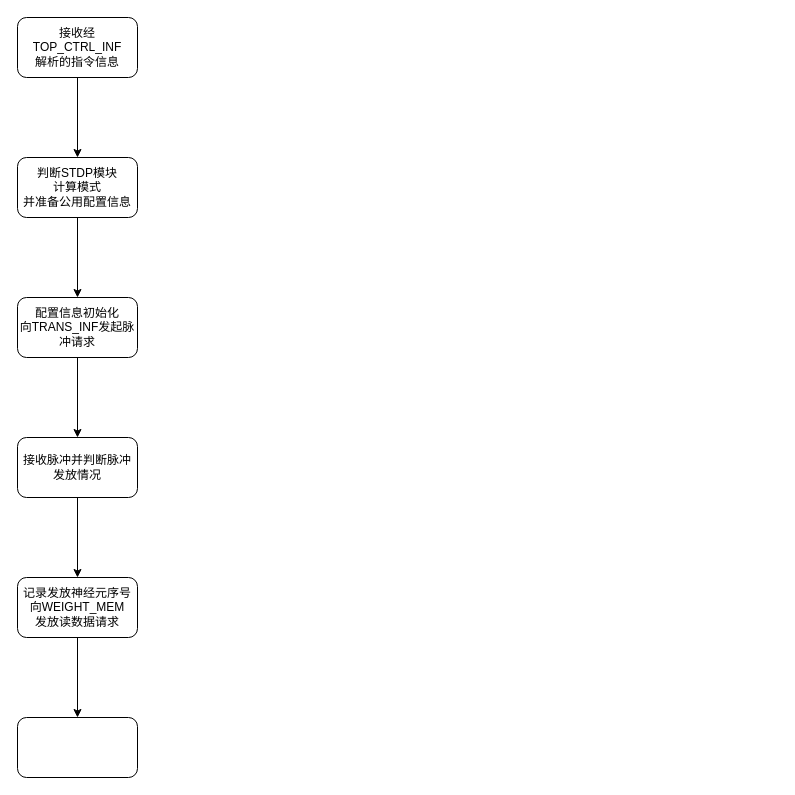
Above: snn_ctrl.drawio in AQii77/drawio_SAVE (draw.io), before the change. Source tidied: cells renumbered, new cells numbered last; positions are measured from the earlier drawing's top-left corner, leaving out a move shared by most shapes. Both pictures are drawn from the tidied source at 100%, with x=0, y=0 at pixel (17, 17).
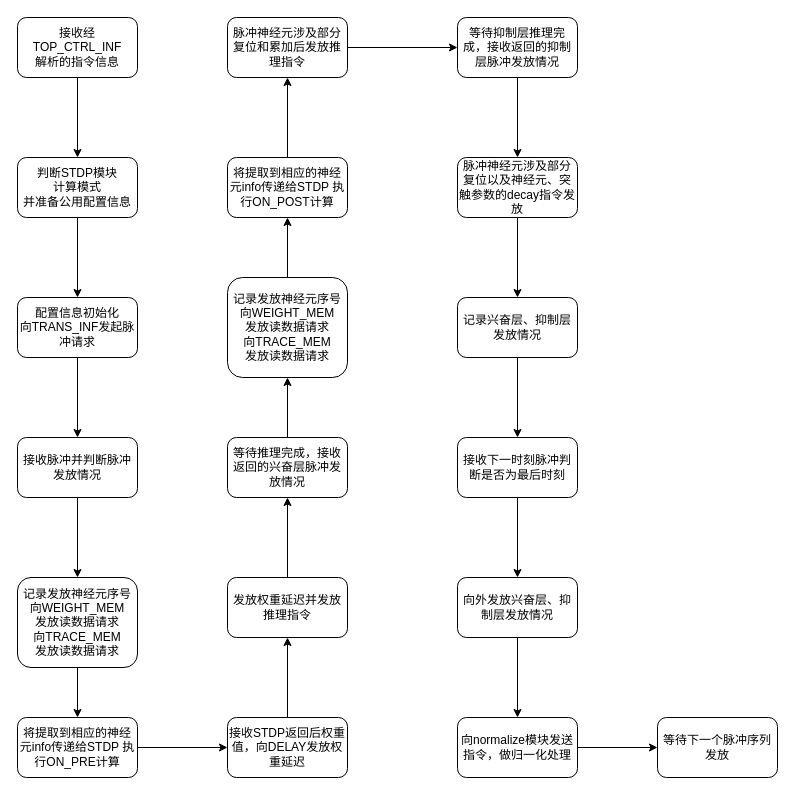
The same page after the edit.

What changed in the source:
```diff
@@
-    <mxCell id="11" value="记录发放神经元序号&lt;br&gt;向WEIGHT_MEM&lt;br&gt;发放读数据请求" style="whiteSpace=wrap;html=1;fillColor=none;rounded=1;" parent="1" vertex="1">
-      <mxGeometry y="560" width="120" height="60" as="geometry" />
+    <mxCell id="11" value="记录发放神经元序号&lt;br&gt;向WEIGHT_MEM&lt;br&gt;发放读数据请求&lt;br&gt;向TRACE_MEM&lt;br&gt;发放读数据请求" style="whiteSpace=wrap;html=1;fillColor=none;rounded=1;" parent="1" vertex="1">
+      <mxGeometry y="560" width="120" height="90" as="geometry" />
     </mxCell>
+    <mxCell id="13" style="edgeStyle=orthogonalEdgeStyle;rounded=0;jettySize=auto;html=1;" parent="1" edge="1" source="12" target="15">
+      <mxGeometry relative="1" as="geometry" />
+    </mxCell>
-    <mxCell id="12" style="whiteSpace=wrap;html=1;fillColor=none;rounded=1;" parent="1" vertex="1">
+    <mxCell id="12" value="将提取到相应的神经元info传递给STDP 执行ON_PRE计算" style="whiteSpace=wrap;html=1;fillColor=none;rounded=1;" parent="1" vertex="1">
       <mxGeometry y="700" width="120" height="60" as="geometry" />
     </mxCell>
+    <mxCell id="14" style="edgeStyle=orthogonalEdgeStyle;rounded=0;jettySize=auto;html=1;" parent="1" edge="1" source="15" target="17">
+      <mxGeometry relative="1" as="geometry" />
+    </mxCell>
+    <mxCell id="15" value="接收STDP返回后权重值，向DELAY发放权重延迟" style="whiteSpace=wrap;html=1;fillColor=none;rounded=1;" parent="1" vertex="1">
+      <mxGeometry x="210" y="700" width="120" height="60" as="geometry" />
+    </mxCell>
+    <mxCell id="16" style="edgeStyle=orthogonalEdgeStyle;rounded=0;jettySize=auto;html=1;" parent="1" edge="1" source="17" target="19">
+      <mxGeometry relative="1" as="geometry" />
+    </mxCell>
+    <mxCell id="17" value="发放权重延迟并发放推理指令" style="whiteSpace=wrap;html=1;fillColor=none;rounded=1;" parent="1" vertex="1">
+      <mxGeometry x="210" y="560" width="120" height="60" as="geometry" />
+    </mxCell>
+    <mxCell id="18" style="edgeStyle=orthogonalEdgeStyle;rounded=0;jettySize=auto;html=1;" parent="1" edge="1" source="19" target="21">
+      <mxGeometry relative="1" as="geometry" />
+    </mxCell>
+    <mxCell id="19" value="等待推理完成，接收返回的兴奋层脉冲发放情况" style="whiteSpace=wrap;html=1;fillColor=none;rounded=1;" parent="1" vertex="1">
+      <mxGeometry x="210" y="420" width="120" height="60" as="geometry" />
+    </mxCell>
+    <mxCell id="20" style="edgeStyle=orthogonalEdgeStyle;rounded=0;jettySize=auto;html=1;" parent="1" edge="1" source="21" target="23">
+      <mxGeometry relative="1" as="geometry" />
+    </mxCell>
+    <mxCell id="21" value="记录发放神经元序号&lt;br style=&quot;border-color: var(--border-color);&quot;&gt;向WEIGHT_MEM&lt;br style=&quot;border-color: var(--border-color);&quot;&gt;发放读数据请求&lt;br style=&quot;border-color: var(--border-color);&quot;&gt;向TRACE_MEM&lt;br style=&quot;border-color: var(--border-color);&quot;&gt;发放读数据请求" style="whiteSpace=wrap;html=1;fillColor=none;rounded=1;" parent="1" vertex="1">
+      <mxGeometry x="210" y="260" width="120" height="100" as="geometry" />
+    </mxCell>
+    <mxCell id="22" style="edgeStyle=orthogonalEdgeStyle;rounded=0;jettySize=auto;html=1;" parent="1" edge="1" source="23" target="25">
+      <mxGeometry relative="1" as="geometry" />
+    </mxCell>
+    <mxCell id="23" value="将提取到相应的神经元info传递给STDP 执行ON_POST计算" style="whiteSpace=wrap;html=1;fillColor=none;rounded=1;" parent="1" vertex="1">
+      <mxGeometry x="210" y="140" width="120" height="60" as="geometry" />
+    </mxCell>
+    <mxCell id="24" style="edgeStyle=orthogonalEdgeStyle;rounded=0;jettySize=auto;html=1;" parent="1" edge="1" source="25" target="27">
+      <mxGeometry relative="1" as="geometry" />
+    </mxCell>
+    <mxCell id="25" value="脉冲神经元涉及部分复位和累加后发放推理指令" style="whiteSpace=wrap;html=1;fillColor=none;rounded=1;" parent="1" vertex="1">
+      <mxGeometry x="210" width="120" height="60" as="geometry" />
+    </mxCell>
+    <mxCell id="26" style="edgeStyle=orthogonalEdgeStyle;rounded=0;jettySize=auto;html=1;" parent="1" edge="1" source="27" target="29">
+      <mxGeometry relative="1" as="geometry" />
+    </mxCell>
+    <mxCell id="27" value="等待抑制层推理完成，接收返回的抑制层脉冲发放情况" style="whiteSpace=wrap;html=1;fillColor=none;rounded=1;" parent="1" vertex="1">
+      <mxGeometry x="440" width="120" height="60" as="geometry" />
+    </mxCell>
+    <mxCell id="28" style="edgeStyle=orthogonalEdgeStyle;rounded=0;jettySize=auto;html=1;" parent="1" edge="1" source="29" target="31">
+      <mxGeometry relative="1" as="geometry" />
+    </mxCell>
+    <mxCell id="29" value="脉冲神经元涉及部分复位以及神经元、突触参数的decay指令发放" style="whiteSpace=wrap;html=1;fillColor=none;rounded=1;" parent="1" vertex="1">
+      <mxGeometry x="440" y="140" width="120" height="60" as="geometry" />
+    </mxCell>
+    <mxCell id="30" style="edgeStyle=orthogonalEdgeStyle;rounded=0;jettySize=auto;html=1;" parent="1" edge="1" source="31" target="33">
+      <mxGeometry relative="1" as="geometry" />
+    </mxCell>
+    <mxCell id="31" value="记录兴奋层、抑制层发放情况" style="whiteSpace=wrap;html=1;fillColor=none;rounded=1;" parent="1" vertex="1">
+      <mxGeometry x="440" y="280" width="120" height="60" as="geometry" />
+    </mxCell>
+    <mxCell id="32" style="edgeStyle=orthogonalEdgeStyle;rounded=0;jettySize=auto;html=1;" parent="1" edge="1" source="33" target="35">
+      <mxGeometry relative="1" as="geometry" />
+    </mxCell>
+    <mxCell id="33" value="接收下一时刻脉冲判断是否为最后时刻" style="whiteSpace=wrap;html=1;fillColor=none;rounded=1;" parent="1" vertex="1">
+      <mxGeometry x="440" y="420" width="120" height="60" as="geometry" />
+    </mxCell>
+    <mxCell id="34" style="edgeStyle=orthogonalEdgeStyle;rounded=0;jettySize=auto;html=1;" parent="1" edge="1" source="35" target="37">
+      <mxGeometry relative="1" as="geometry" />
+    </mxCell>
+    <mxCell id="35" value="向外发放兴奋层、抑制层发放情况" style="whiteSpace=wrap;html=1;fillColor=none;rounded=1;" parent="1" vertex="1">
+      <mxGeometry x="440" y="560" width="120" height="60" as="geometry" />
+    </mxCell>
+    <mxCell id="36" style="edgeStyle=orthogonalEdgeStyle;rounded=0;jettySize=auto;html=1;" parent="1" edge="1" source="37" target="38">
+      <mxGeometry relative="1" as="geometry" />
+    </mxCell>
+    <mxCell id="37" value="向normalize模块发送指令，做归一化处理" style="whiteSpace=wrap;html=1;fillColor=none;rounded=1;" parent="1" vertex="1">
+      <mxGeometry x="440" y="700" width="120" height="60" as="geometry" />
+    </mxCell>
+    <mxCell id="38" value="等待下一个脉冲序列发放" style="whiteSpace=wrap;html=1;fillColor=none;rounded=1;" parent="1" vertex="1">
+      <mxGeometry x="640" y="700" width="120" height="60" as="geometry" />
+    </mxCell>
```
